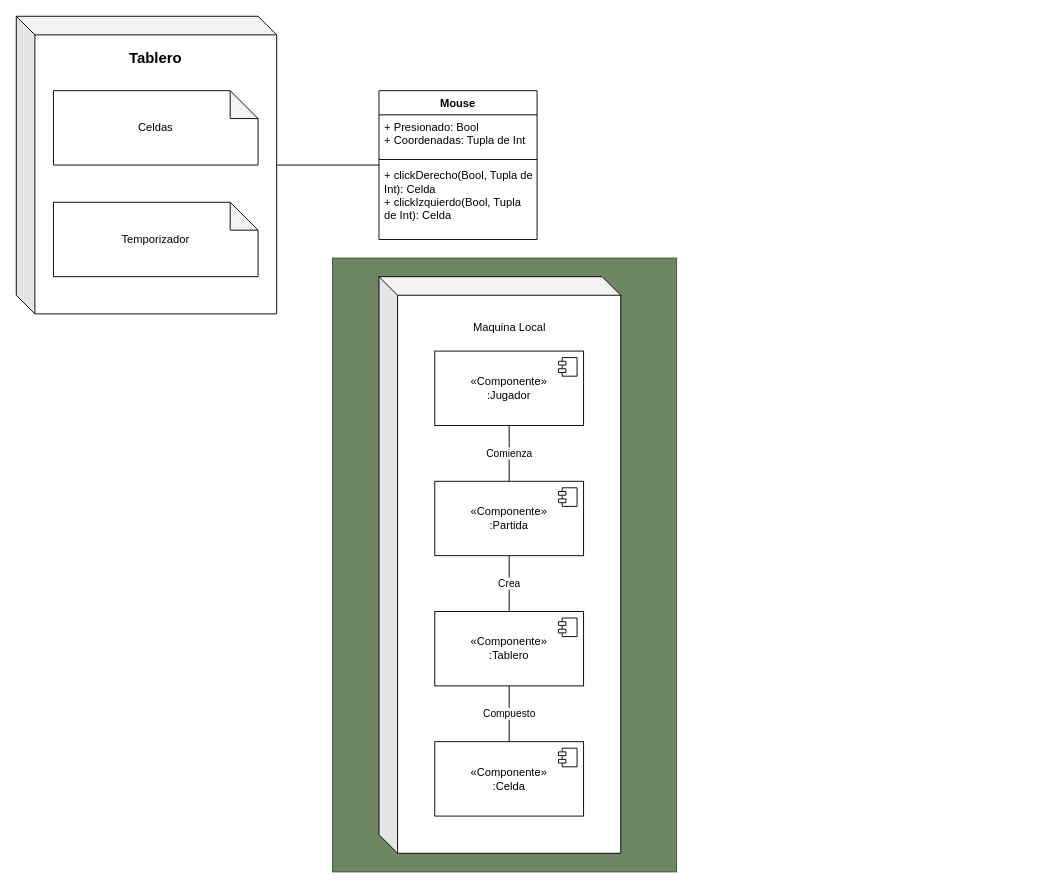
Before: Diagramas/DiagramaDeDespliegue.drawio in RenatoAtencio/ProyectoArquitecturaDeSoftware, a draw.io diagram. Source tidied: cells renumbered, new cells numbered last; positions are measured from the earlier drawing's top-left corner, leaving out a move shared by most shapes. Both pictures are drawn from the tidied source at 93%, with x=0, y=0 at pixel (16, 16).
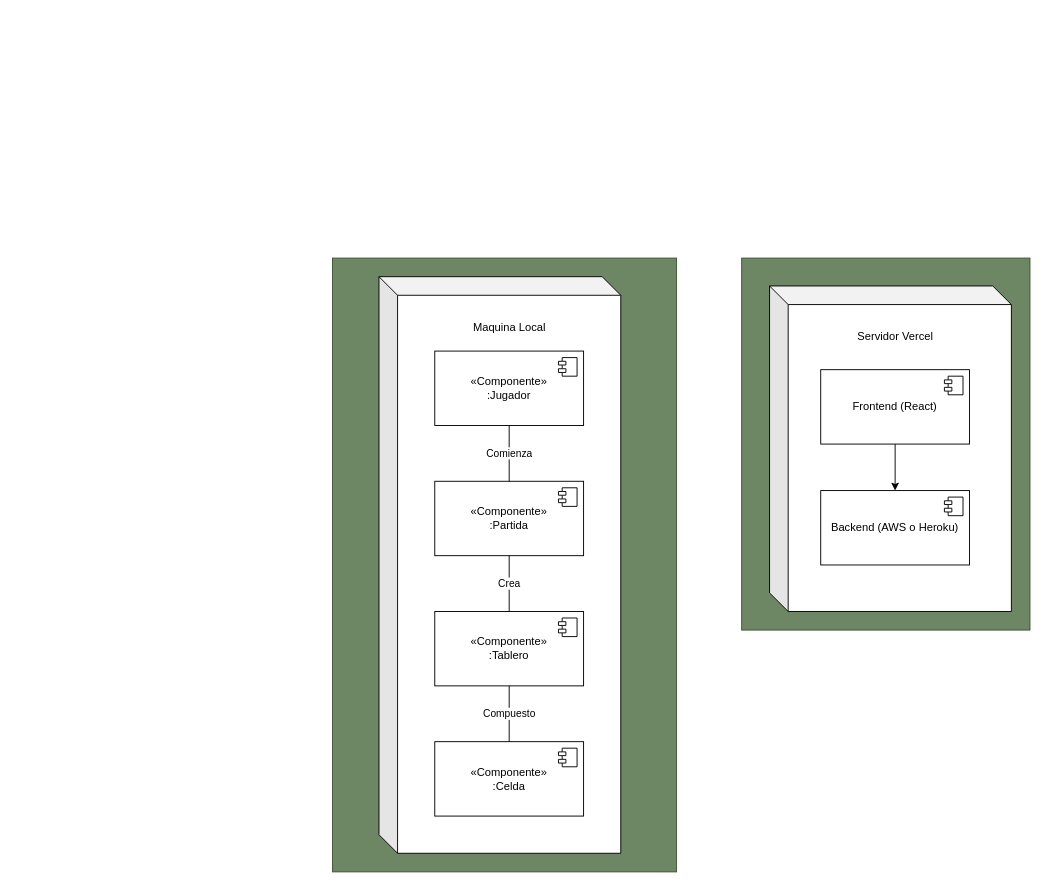
After the change.

Change to the diagram source:
```diff
@@
-    <mxCell id="2" style="shape=cube;whiteSpace=wrap;html=1;boundedLbl=1;backgroundOutline=1;darkOpacity=0.05;darkOpacity2=0.1;" parent="1" vertex="1">
-      <mxGeometry width="280" height="320" as="geometry" />
-    </mxCell>
-    <mxCell id="3" value="&lt;b&gt;&lt;font style=&quot;font-size: 16px;&quot;&gt;Tablero&lt;/font&gt;&lt;/b&gt;" style="text;html=1;strokeColor=none;fillColor=none;align=center;verticalAlign=middle;whiteSpace=wrap;rounded=0;" parent="1" vertex="1">
-      <mxGeometry x="20" y="30" width="260" height="30" as="geometry" />
-    </mxCell>
-    <mxCell id="4" style="shape=note;whiteSpace=wrap;html=1;backgroundOutline=1;darkOpacity=0.05;" parent="1" vertex="1">
-      <mxGeometry x="40" y="80" width="220" height="80" as="geometry" />
-    </mxCell>
-    <mxCell id="5" value="Celdas" style="text;html=1;strokeColor=none;fillColor=none;align=center;verticalAlign=middle;whiteSpace=wrap;rounded=0;" parent="1" vertex="1">
-      <mxGeometry x="60" y="100" width="180" height="40" as="geometry" />
-    </mxCell>
-    <mxCell id="6" style="shape=note;whiteSpace=wrap;html=1;backgroundOutline=1;darkOpacity=0.05;" parent="1" vertex="1">
-      <mxGeometry x="40" y="200" width="220" height="80" as="geometry" />
-    </mxCell>
-    <mxCell id="7" value="Temporizador" style="text;html=1;strokeColor=none;fillColor=none;align=center;verticalAlign=middle;whiteSpace=wrap;rounded=0;" parent="1" vertex="1">
-      <mxGeometry x="110" y="225" width="80" height="30" as="geometry" />
-    </mxCell>
-    <mxCell id="8" value="Mouse" style="swimlane;fontStyle=1;align=center;verticalAlign=top;horizontal=1;startSize=26;whiteSpace=wrap;html=1;" parent="1" vertex="1">
-      <mxGeometry x="390" y="80" width="170" height="160" as="geometry" />
-    </mxCell>
-    <mxCell id="9" value="+ Presionado: Bool&lt;br&gt;+ Coordenadas: Tupla de Int" style="text;strokeColor=none;fillColor=none;align=left;verticalAlign=top;spacingLeft=4;spacingRight=4;overflow=hidden;whiteSpace=wrap;html=1;" parent="8" vertex="1">
-      <mxGeometry y="26" width="170" height="44" as="geometry" />
-    </mxCell>
-    <mxCell id="10" style="line;strokeWidth=1;fillColor=none;align=left;verticalAlign=middle;spacingTop=-1;spacingLeft=3;spacingRight=3;labelPosition=right;strokeColor=inherit;" parent="8" vertex="1">
-      <mxGeometry y="70" width="170" height="8" as="geometry" />
-    </mxCell>
-    <mxCell id="11" value="+ clickDerecho(Bool, Tupla de Int): Celda&lt;br&gt;+ clickIzquierdo(Bool, Tupla de Int): Celda" style="text;strokeColor=none;fillColor=none;align=left;verticalAlign=top;spacingLeft=4;spacingRight=4;overflow=hidden;whiteSpace=wrap;html=1;" parent="8" vertex="1">
-      <mxGeometry y="78" width="170" height="82" as="geometry" />
-    </mxCell>
-    <mxCell id="12" style="line;strokeWidth=1;fillColor=none;align=left;verticalAlign=middle;spacingTop=-1;spacingLeft=3;spacingRight=3;labelPosition=right;strokeColor=inherit;" parent="1" vertex="1">
-      <mxGeometry x="280" y="156" width="110" height="8" as="geometry" />
-    </mxCell>
@@
+    <mxCell id="27" style="rounded=0;whiteSpace=wrap;html=1;fillStyle=auto;strokeColor=#3A5431;fillColor=#6d8764;fontColor=#ffffff;" parent="1" vertex="1">
+      <mxGeometry x="780" y="260" width="310" height="400" as="geometry" />
+    </mxCell>
+    <mxCell id="28" style="shape=cube;whiteSpace=wrap;html=1;boundedLbl=1;backgroundOutline=1;darkOpacity=0.05;darkOpacity2=0.1;" parent="1" vertex="1">
+      <mxGeometry x="810" y="290" width="260" height="350" as="geometry" />
+    </mxCell>
+    <mxCell id="29" value="Servidor Vercel" style="text;html=1;align=center;verticalAlign=middle;strokeColor=none;fillColor=none;" parent="1" vertex="1">
+      <mxGeometry x="895" y="330" width="100" height="30" as="geometry" />
+    </mxCell>
+    <mxCell id="30" style="edgeStyle=none;html=1;exitX=0.5;exitY=1;exitDx=0;exitDy=0;entryX=0.5;entryY=0;entryDx=0;entryDy=0;endArrow=classic;endFill=1;" parent="1" edge="1" source="31" target="33">
+      <mxGeometry relative="1" as="geometry" />
+    </mxCell>
+    <mxCell id="31" value="Frontend (React)" style="html=1;whiteSpace=wrap;" parent="1" vertex="1">
+      <mxGeometry x="865" y="380" width="160" height="80" as="geometry" />
+    </mxCell>
+    <mxCell id="32" style="shape=module;jettyWidth=8;jettyHeight=4;" parent="31" vertex="1">
+      <mxGeometry x="1" width="20" height="20" relative="1" as="geometry">
+        <mxPoint x="-27" y="7" as="offset" />
+      </mxGeometry>
+    </mxCell>
+    <mxCell id="33" value="Backend (AWS o Heroku)" style="html=1;whiteSpace=wrap;" parent="1" vertex="1">
+      <mxGeometry x="865" y="510" width="160" height="80" as="geometry" />
+    </mxCell>
+    <mxCell id="34" style="shape=module;jettyWidth=8;jettyHeight=4;" parent="33" vertex="1">
+      <mxGeometry x="1" width="20" height="20" relative="1" as="geometry">
+        <mxPoint x="-27" y="7" as="offset" />
+      </mxGeometry>
+    </mxCell>
```
